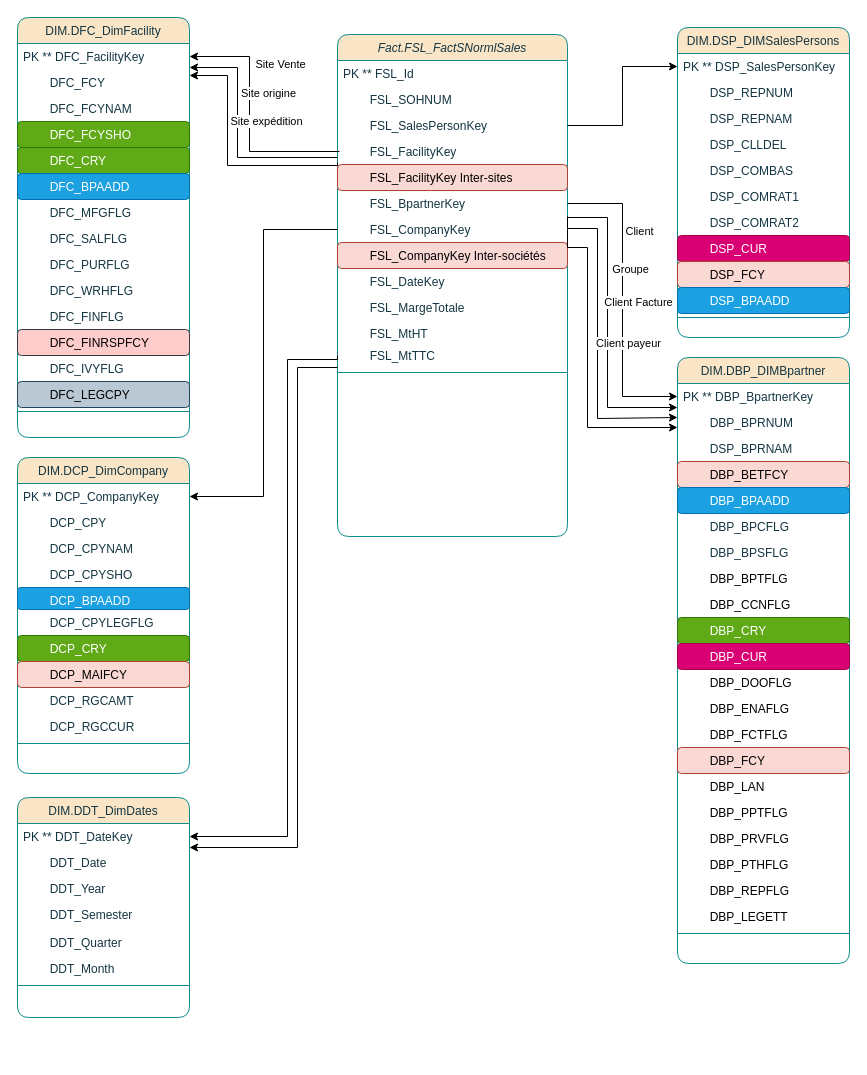
Before: Diagramme de classe.drawio in BorchaniMohamed/BI_PROJECT_PFE, a draw.io diagram. Source tidied: cells renumbered, new cells numbered last; positions are measured from the earlier drawing's top-left corner, leaving out a move shared by most shapes. Both pictures are drawn from the tidied source at 100%, with x=0, y=0 at pixel (17, 17).
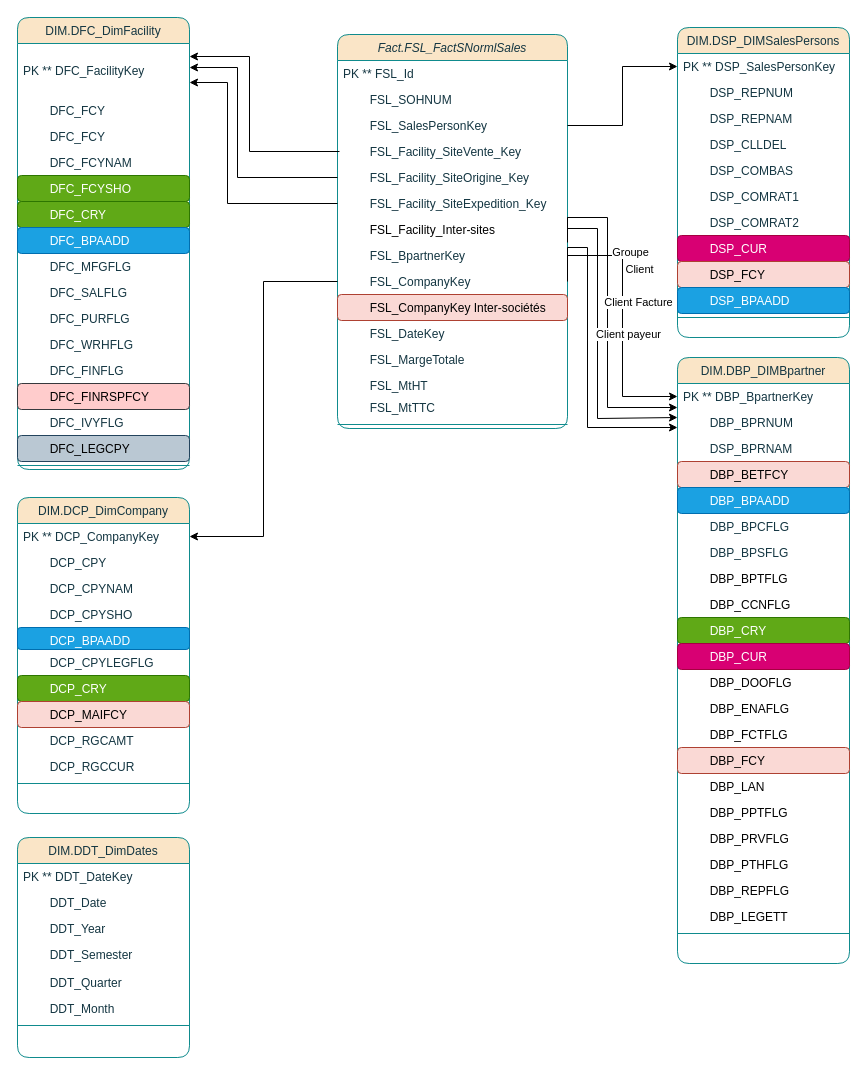
After the change.

Commit message (it also covers changes not shown here):
Mettre à jour Diagramme de classe.drawio

The change refers to these unchanged cells:
```xml
<mxCell id="45" style="edgeStyle=orthogonalEdgeStyle;rounded=0;jettySize=auto;html=1;" parent="1" edge="1" target="30">
  <mxGeometry relative="1" as="geometry">
    <mxPoint x="322" y="134" as="sourcePoint" />
    <Array as="points">
      <mxPoint x="232" y="134" />
      <mxPoint x="232" y="39" />
    </Array>
  </mxGeometry>
</mxCell>
<mxCell id="86" value="PK ** DDT_DateKey" style="text;align=left;verticalAlign=top;spacingLeft=4;spacingRight=4;overflow=hidden;points=[[0,0.5],[1,0.5]];portConstraint=eastwest;labelBackgroundColor=none;fontColor=#143642;rounded=1;" parent="85" vertex="1">
  <mxGeometry y="26" width="172" height="26" as="geometry" />
</mxCell>
```

Diff of the diagram source:
```diff
@@
     <mxCell id="2" value="Fact.FSL_FactSNormlSales" style="swimlane;fontStyle=2;align=center;verticalAlign=top;horizontal=1;startSize=26;rounded=1;shadow=0;strokeWidth=1;labelBackgroundColor=none;fillColor=#FAE5C7;strokeColor=#0F8B8D;fontColor=#143642;" parent="1" vertex="1">
-      <mxGeometry x="320" y="17" width="230" height="502" as="geometry" />
+      <mxGeometry x="320" y="17" width="230" height="394" as="geometry" />
     </mxCell>
@@
-    <mxCell id="6" value="        FSL_FacilityKey" style="text;align=left;verticalAlign=top;spacingLeft=4;spacingRight=4;overflow=hidden;points=[[0,0.5],[1,0.5]];portConstraint=eastwest;rounded=1;shadow=0;html=0;labelBackgroundColor=none;fontColor=#143642;" parent="2" vertex="1">
+    <mxCell id="6" value="        FSL_Facility_SiteVente_Key" style="text;align=left;verticalAlign=top;spacingLeft=4;spacingRight=4;overflow=hidden;points=[[0,0.5],[1,0.5]];portConstraint=eastwest;rounded=1;shadow=0;html=0;labelBackgroundColor=none;fontColor=#143642;" parent="2" vertex="1">
       <mxGeometry y="104" width="230" height="26" as="geometry" />
     </mxCell>
+    <mxCell id="105" value="        FSL_Facility_SiteOrigine_Key" style="text;align=left;verticalAlign=top;spacingLeft=4;spacingRight=4;overflow=hidden;points=[[0,0.5],[1,0.5]];portConstraint=eastwest;rounded=1;shadow=0;html=0;labelBackgroundColor=none;fontColor=#143642;" parent="2" vertex="1">
+      <mxGeometry y="130" width="230" height="26" as="geometry" />
+    </mxCell>
+    <mxCell id="106" value="        FSL_Facility_SiteExpedition_Key" style="text;align=left;verticalAlign=top;spacingLeft=4;spacingRight=4;overflow=hidden;points=[[0,0.5],[1,0.5]];portConstraint=eastwest;rounded=1;shadow=0;html=0;labelBackgroundColor=none;fontColor=#143642;" parent="2" vertex="1">
+      <mxGeometry y="156" width="230" height="26" as="geometry" />
+    </mxCell>
-    <mxCell id="7" value="        FSL_FacilityKey Inter-sites " style="text;align=left;verticalAlign=top;spacingLeft=4;spacingRight=4;overflow=hidden;rounded=1;shadow=0;html=0;labelBackgroundColor=none;fillColor=#fad9d5;strokeColor=#ae4132;" parent="2" vertex="1">
-      <mxGeometry y="130" width="230" height="26" as="geometry" />
+    <mxCell id="7" value="        FSL_Facility_Inter-sites " style="text;align=left;verticalAlign=top;spacingLeft=4;spacingRight=4;overflow=hidden;rounded=1;shadow=0;html=0;labelBackgroundColor=none;" parent="2" vertex="1">
+      <mxGeometry y="182" width="230" height="26" as="geometry" />
     </mxCell>
     <mxCell id="8" value="        FSL_BpartnerKey" style="text;align=left;verticalAlign=top;spacingLeft=4;spacingRight=4;overflow=hidden;points=[[0,0.5],[1,0.5]];portConstraint=eastwest;rounded=1;shadow=0;html=0;labelBackgroundColor=none;fontColor=#143642;" parent="2" vertex="1">
-      <mxGeometry y="156" width="230" height="26" as="geometry" />
+      <mxGeometry y="208" width="230" height="26" as="geometry" />
     </mxCell>
     <mxCell id="9" value="        FSL_CompanyKey" style="text;align=left;verticalAlign=top;spacingLeft=4;spacingRight=4;overflow=hidden;points=[[0,0.5],[1,0.5]];portConstraint=eastwest;rounded=1;shadow=0;html=0;labelBackgroundColor=none;fontColor=#143642;" parent="2" vertex="1">
-      <mxGeometry y="182" width="230" height="26" as="geometry" />
+      <mxGeometry y="234" width="230" height="26" as="geometry" />
     </mxCell>
     <mxCell id="10" value="        FSL_CompanyKey Inter-sociétés" style="text;align=left;verticalAlign=top;spacingLeft=4;spacingRight=4;overflow=hidden;rounded=1;shadow=0;html=0;labelBackgroundColor=none;fillColor=#fad9d5;strokeColor=#ae4132;" parent="2" vertex="1">
-      <mxGeometry y="208" width="230" height="26" as="geometry" />
+      <mxGeometry y="260" width="230" height="26" as="geometry" />
     </mxCell>
     <mxCell id="11" value="        FSL_DateKey" style="text;align=left;verticalAlign=top;spacingLeft=4;spacingRight=4;overflow=hidden;rounded=1;shadow=0;html=0;labelBackgroundColor=none;fontColor=#143642;" parent="2" vertex="1">
-      <mxGeometry y="234" width="230" height="26" as="geometry" />
+      <mxGeometry y="286" width="230" height="26" as="geometry" />
     </mxCell>
     <mxCell id="12" value="        FSL_MargeTotale" style="text;align=left;verticalAlign=top;spacingLeft=4;spacingRight=4;overflow=hidden;rounded=1;shadow=0;html=0;labelBackgroundColor=none;fontColor=#143642;" parent="2" vertex="1">
-      <mxGeometry y="260" width="230" height="26" as="geometry" />
+      <mxGeometry y="312" width="230" height="26" as="geometry" />
     </mxCell>
     <mxCell id="13" value="        FSL_MtHT" style="text;align=left;verticalAlign=top;spacingLeft=4;spacingRight=4;overflow=hidden;rounded=1;shadow=0;html=0;labelBackgroundColor=none;fontColor=#143642;" parent="2" vertex="1">
-      <mxGeometry y="286" width="230" height="22" as="geometry" />
+      <mxGeometry y="338" width="230" height="22" as="geometry" />
     </mxCell>
     <mxCell id="14" value="        FSL_MtTTC" style="text;align=left;verticalAlign=top;spacingLeft=4;spacingRight=4;overflow=hidden;points=[[0,0.5],[1,0.5]];portConstraint=eastwest;rounded=1;shadow=0;html=0;labelBackgroundColor=none;fontColor=#143642;" parent="2" vertex="1">
-      <mxGeometry y="308" width="230" height="26" as="geometry" />
+      <mxGeometry y="360" width="230" height="26" as="geometry" />
     </mxCell>
     <mxCell id="15" style="line;html=1;strokeWidth=1;align=left;verticalAlign=middle;spacingTop=-1;spacingLeft=3;spacingRight=3;labelPosition=right;labelBackgroundColor=none;fillColor=#FAE5C7;strokeColor=#0F8B8D;fontColor=#143642;rounded=1;" parent="2" vertex="1">
-      <mxGeometry y="334" width="230" height="8" as="geometry" />
+      <mxGeometry y="386" width="230" height="8" as="geometry" />
     </mxCell>
@@
     <mxCell id="29" value="DIM.DFC_DimFacility" style="swimlane;fontStyle=0;align=center;verticalAlign=top;horizontal=1;startSize=26;rounded=1;shadow=0;strokeWidth=1;fillColor=#FAE5C7;strokeColor=#0F8B8D;labelBackgroundColor=none;fontColor=#143642;" parent="1" vertex="1">
-      <mxGeometry width="172" height="420" as="geometry" />
+      <mxGeometry width="172" height="452" as="geometry" />
     </mxCell>
-    <mxCell id="30" value="PK ** DFC_FacilityKey" style="text;align=left;verticalAlign=top;spacingLeft=4;spacingRight=4;overflow=hidden;points=[[0,0.5],[1,0.5]];portConstraint=eastwest;labelBackgroundColor=none;fontColor=#143642;rounded=1;" parent="29" vertex="1">
-      <mxGeometry y="26" width="172" height="26" as="geometry" />
+    <mxCell id="30" value="&#10;PK ** DFC_FacilityKey" style="text;align=left;verticalAlign=top;spacingLeft=4;spacingRight=4;overflow=hidden;points=[[0,0.5],[1,0.5]];portConstraint=eastwest;labelBackgroundColor=none;fontColor=#143642;rounded=1;" parent="29" vertex="1">
+      <mxGeometry y="26" width="172" height="54" as="geometry" />
     </mxCell>
     <mxCell id="31" value="        DFC_FCY" style="text;align=left;verticalAlign=top;spacingLeft=4;spacingRight=4;overflow=hidden;labelBackgroundColor=none;fontColor=#143642;rounded=1;" parent="29" vertex="1">
-      <mxGeometry y="52" width="172" height="26" as="geometry" />
+      <mxGeometry y="80" width="172" height="26" as="geometry" />
     </mxCell>
+    <mxCell id="107" value="        DFC_FCY" style="text;align=left;verticalAlign=top;spacingLeft=4;spacingRight=4;overflow=hidden;labelBackgroundColor=none;fontColor=#143642;rounded=1;" parent="29" vertex="1">
+      <mxGeometry y="106" width="172" height="26" as="geometry" />
+    </mxCell>
     <mxCell id="32" value="        DFC_FCYNAM" style="text;align=left;verticalAlign=top;spacingLeft=4;spacingRight=4;overflow=hidden;labelBackgroundColor=none;fontColor=#143642;rounded=1;" parent="29" vertex="1">
-      <mxGeometry y="78" width="172" height="26" as="geometry" />
+      <mxGeometry y="132" width="172" height="26" as="geometry" />
     </mxCell>
     <mxCell id="33" value="        DFC_FCYSHO" style="text;align=left;verticalAlign=top;spacingLeft=4;spacingRight=4;overflow=hidden;labelBackgroundColor=none;rounded=1;fillColor=#60a917;fontColor=#ffffff;strokeColor=#2D7600;" parent="29" vertex="1">
-      <mxGeometry y="104" width="172" height="26" as="geometry" />
+      <mxGeometry y="158" width="172" height="26" as="geometry" />
     </mxCell>
     <mxCell id="34" value="        DFC_CRY" style="text;align=left;verticalAlign=top;spacingLeft=4;spacingRight=4;overflow=hidden;labelBackgroundColor=none;fontColor=#ffffff;rounded=1;fillColor=#60a917;strokeColor=#2D7600;" parent="29" vertex="1">
-      <mxGeometry y="130" width="172" height="26" as="geometry" />
+      <mxGeometry y="184" width="172" height="26" as="geometry" />
     </mxCell>
     <mxCell id="35" value="        DFC_BPAADD" style="text;align=left;verticalAlign=top;spacingLeft=4;spacingRight=4;overflow=hidden;labelBackgroundColor=none;fontColor=#ffffff;rounded=1;fillColor=#1ba1e2;strokeColor=#006EAF;" parent="29" vertex="1">
-      <mxGeometry y="156" width="172" height="26" as="geometry" />
+      <mxGeometry y="210" width="172" height="26" as="geometry" />
     </mxCell>
     <mxCell id="36" value="        DFC_MFGFLG" style="text;align=left;verticalAlign=top;spacingLeft=4;spacingRight=4;overflow=hidden;labelBackgroundColor=none;fontColor=#143642;rounded=1;" parent="29" vertex="1">
-      <mxGeometry y="182" width="172" height="26" as="geometry" />
+      <mxGeometry y="236" width="172" height="26" as="geometry" />
     </mxCell>
     <mxCell id="37" value="        DFC_SALFLG" style="text;align=left;verticalAlign=top;spacingLeft=4;spacingRight=4;overflow=hidden;labelBackgroundColor=none;fontColor=#143642;rounded=1;" parent="29" vertex="1">
-      <mxGeometry y="208" width="172" height="26" as="geometry" />
+      <mxGeometry y="262" width="172" height="26" as="geometry" />
     </mxCell>
     <mxCell id="38" value="        DFC_PURFLG" style="text;align=left;verticalAlign=top;spacingLeft=4;spacingRight=4;overflow=hidden;labelBackgroundColor=none;fontColor=#143642;rounded=1;" parent="29" vertex="1">
-      <mxGeometry y="234" width="172" height="26" as="geometry" />
+      <mxGeometry y="288" width="172" height="26" as="geometry" />
     </mxCell>
     <mxCell id="39" value="        DFC_WRHFLG" style="text;align=left;verticalAlign=top;spacingLeft=4;spacingRight=4;overflow=hidden;labelBackgroundColor=none;fontColor=#143642;rounded=1;" parent="29" vertex="1">
-      <mxGeometry y="260" width="172" height="26" as="geometry" />
+      <mxGeometry y="314" width="172" height="26" as="geometry" />
     </mxCell>
     <mxCell id="40" value="        DFC_FINFLG" style="text;align=left;verticalAlign=top;spacingLeft=4;spacingRight=4;overflow=hidden;labelBackgroundColor=none;fontColor=#143642;rounded=1;" parent="29" vertex="1">
-      <mxGeometry y="286" width="172" height="26" as="geometry" />
+      <mxGeometry y="340" width="172" height="26" as="geometry" />
     </mxCell>
     <mxCell id="41" value="        DFC_FINRSPFCY" style="text;align=left;verticalAlign=top;spacingLeft=4;spacingRight=4;overflow=hidden;labelBackgroundColor=none;rounded=1;fillColor=#ffcccc;strokeColor=#36393d;" parent="29" vertex="1">
-      <mxGeometry y="312" width="172" height="26" as="geometry" />
+      <mxGeometry y="366" width="172" height="26" as="geometry" />
     </mxCell>
     <mxCell id="42" value="        DFC_IVYFLG" style="text;align=left;verticalAlign=top;spacingLeft=4;spacingRight=4;overflow=hidden;labelBackgroundColor=none;fontColor=#143642;rounded=1;" parent="29" vertex="1">
-      <mxGeometry y="338" width="172" height="26" as="geometry" />
+      <mxGeometry y="392" width="172" height="26" as="geometry" />
     </mxCell>
     <mxCell id="43" value="        DFC_LEGCPY" style="text;align=left;verticalAlign=top;spacingLeft=4;spacingRight=4;overflow=hidden;labelBackgroundColor=none;rounded=1;fillColor=#bac8d3;strokeColor=#23445d;" parent="29" vertex="1">
-      <mxGeometry y="364" width="172" height="26" as="geometry" />
+      <mxGeometry y="418" width="172" height="26" as="geometry" />
     </mxCell>
     <mxCell id="44" style="line;html=1;strokeWidth=1;align=left;verticalAlign=middle;spacingTop=-1;spacingLeft=3;spacingRight=3;labelPosition=right;labelBackgroundColor=none;fillColor=#FAE5C7;strokeColor=#0F8B8D;fontColor=#143642;rounded=1;" parent="29" vertex="1">
-      <mxGeometry y="390" width="172" height="8" as="geometry" />
+      <mxGeometry y="444" width="172" height="8" as="geometry" />
     </mxCell>
@@
-    <mxCell id="46" value="Site Vente" style="edgeLabel;html=1;align=center;verticalAlign=middle;" parent="45" vertex="1">
-      <mxGeometry x="0.25" y="-5" relative="1" as="geometry">
-        <mxPoint x="25" y="-25" as="offset" />
-      </mxGeometry>
-    </mxCell>
@@
     <mxCell id="72" value="DIM.DCP_DimCompany" style="swimlane;fontStyle=0;align=center;verticalAlign=top;horizontal=1;startSize=26;rounded=1;shadow=0;strokeWidth=1;fillColor=#FAE5C7;strokeColor=#0F8B8D;labelBackgroundColor=none;fontColor=#143642;" parent="1" vertex="1">
-      <mxGeometry y="440" width="172" height="316" as="geometry" />
+      <mxGeometry y="480" width="172" height="316" as="geometry" />
     </mxCell>
@@
     <mxCell id="85" value="DIM.DDT_DimDates" style="swimlane;fontStyle=0;align=center;verticalAlign=top;horizontal=1;startSize=26;rounded=1;shadow=0;strokeWidth=1;fillColor=#FAE5C7;strokeColor=#0F8B8D;labelBackgroundColor=none;fontColor=#143642;" parent="1" vertex="1">
-      <mxGeometry y="780" width="172" height="220" as="geometry" />
+      <mxGeometry y="820" width="172" height="220" as="geometry" />
     </mxCell>
@@
-    <mxCell id="93" style="edgeStyle=orthogonalEdgeStyle;rounded=0;jettySize=auto;html=1;exitX=0;exitY=0.5;exitDx=0;exitDy=0;" parent="1" edge="1" source="14" target="86">
-      <mxGeometry relative="1" as="geometry">
-        <Array as="points">
-          <mxPoint x="320" y="342" />
-          <mxPoint x="270" y="342" />
-          <mxPoint x="270" y="819" />
-        </Array>
-      </mxGeometry>
-    </mxCell>
-    <mxCell id="94" style="edgeStyle=orthogonalEdgeStyle;rounded=0;jettySize=auto;html=1;" parent="1" edge="1" source="6" target="30">
-      <mxGeometry relative="1" as="geometry">
-        <Array as="points">
-          <mxPoint x="220" y="140" />
-          <mxPoint x="220" y="50" />
-        </Array>
-      </mxGeometry>
-    </mxCell>
-    <mxCell id="95" value="Site origine" style="edgeLabel;html=1;align=center;verticalAlign=middle;" parent="94" vertex="1">
-      <mxGeometry x="0.37" y="3" relative="1" as="geometry">
-        <mxPoint x="33" y="-2" as="offset" />
-      </mxGeometry>
-    </mxCell>
-    <mxCell id="96" style="edgeStyle=orthogonalEdgeStyle;rounded=0;orthogonalLoop=1;jettySize=auto;html=1;" parent="1" edge="1">
-      <mxGeometry relative="1" as="geometry">
-        <mxPoint x="320" y="145" as="sourcePoint" />
-        <mxPoint x="172" y="58" as="targetPoint" />
-        <Array as="points">
-          <mxPoint x="320" y="148" />
-          <mxPoint x="210" y="148" />
-          <mxPoint x="210" y="58" />
-          <mxPoint x="172" y="58" />
-        </Array>
-      </mxGeometry>
-    </mxCell>
-    <mxCell id="97" value="Site expédition" style="edgeLabel;html=1;align=center;verticalAlign=middle;" parent="96" vertex="1">
-      <mxGeometry x="0.24" relative="1" as="geometry">
-        <mxPoint x="38" y="-9" as="offset" />
-      </mxGeometry>
-    </mxCell>
-    <mxCell id="98" style="edgeStyle=orthogonalEdgeStyle;rounded=0;jettySize=auto;html=1;" parent="1" edge="1" target="86">
-      <mxGeometry relative="1" as="geometry">
-        <mxPoint x="320" y="350" as="sourcePoint" />
-        <Array as="points">
-          <mxPoint x="280" y="350" />
-          <mxPoint x="280" y="830" />
-        </Array>
-      </mxGeometry>
-    </mxCell>
@@
+    <mxCell id="108" style="edgeStyle=orthogonalEdgeStyle;rounded=0;jettySize=auto;html=1;" parent="1" edge="1" source="105" target="30">
+      <mxGeometry relative="1" as="geometry">
+        <Array as="points">
+          <mxPoint x="220" y="160" />
+          <mxPoint x="220" y="50" />
+        </Array>
+      </mxGeometry>
+    </mxCell>
+    <mxCell id="109" style="edgeStyle=orthogonalEdgeStyle;rounded=0;jettySize=auto;html=1;" parent="1" edge="1" source="106">
+      <mxGeometry relative="1" as="geometry">
+        <mxPoint x="172" y="65" as="targetPoint" />
+        <Array as="points">
+          <mxPoint x="210" y="186" />
+          <mxPoint x="210" y="65" />
+        </Array>
+      </mxGeometry>
+    </mxCell>
```
